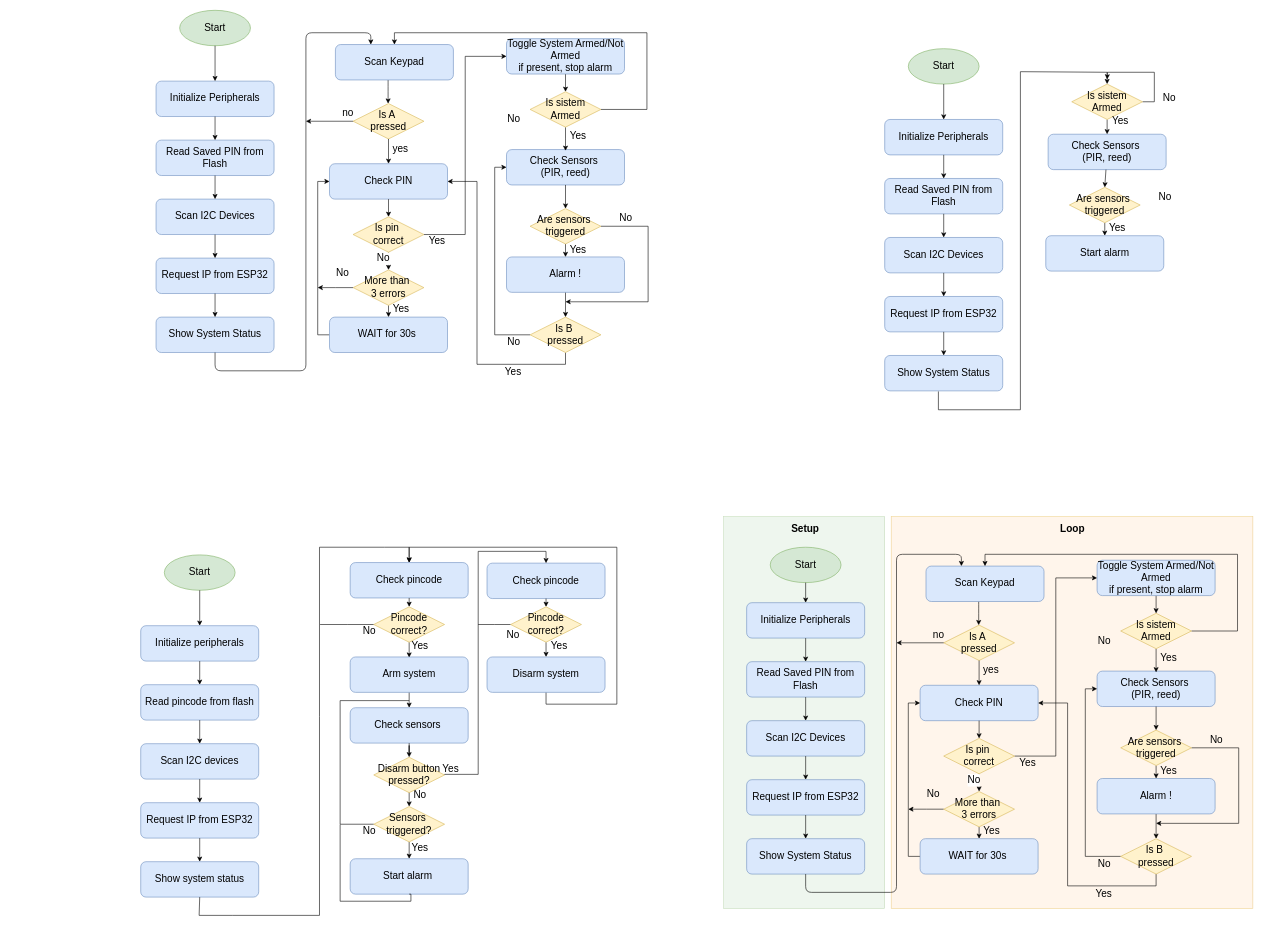
castagnoemanuele/STM32-smart-alarm keeps this draw.io diagram as Assets/flowchart.drawio. Above is the earlier version. Source tidied: cells renumbered, new cells numbered last; positions are measured from the earlier drawing's top-left corner, leaving out a move shared by most shapes. Both pictures are drawn from the tidied source at 59%, with x=0, y=0 at pixel (140, 10).
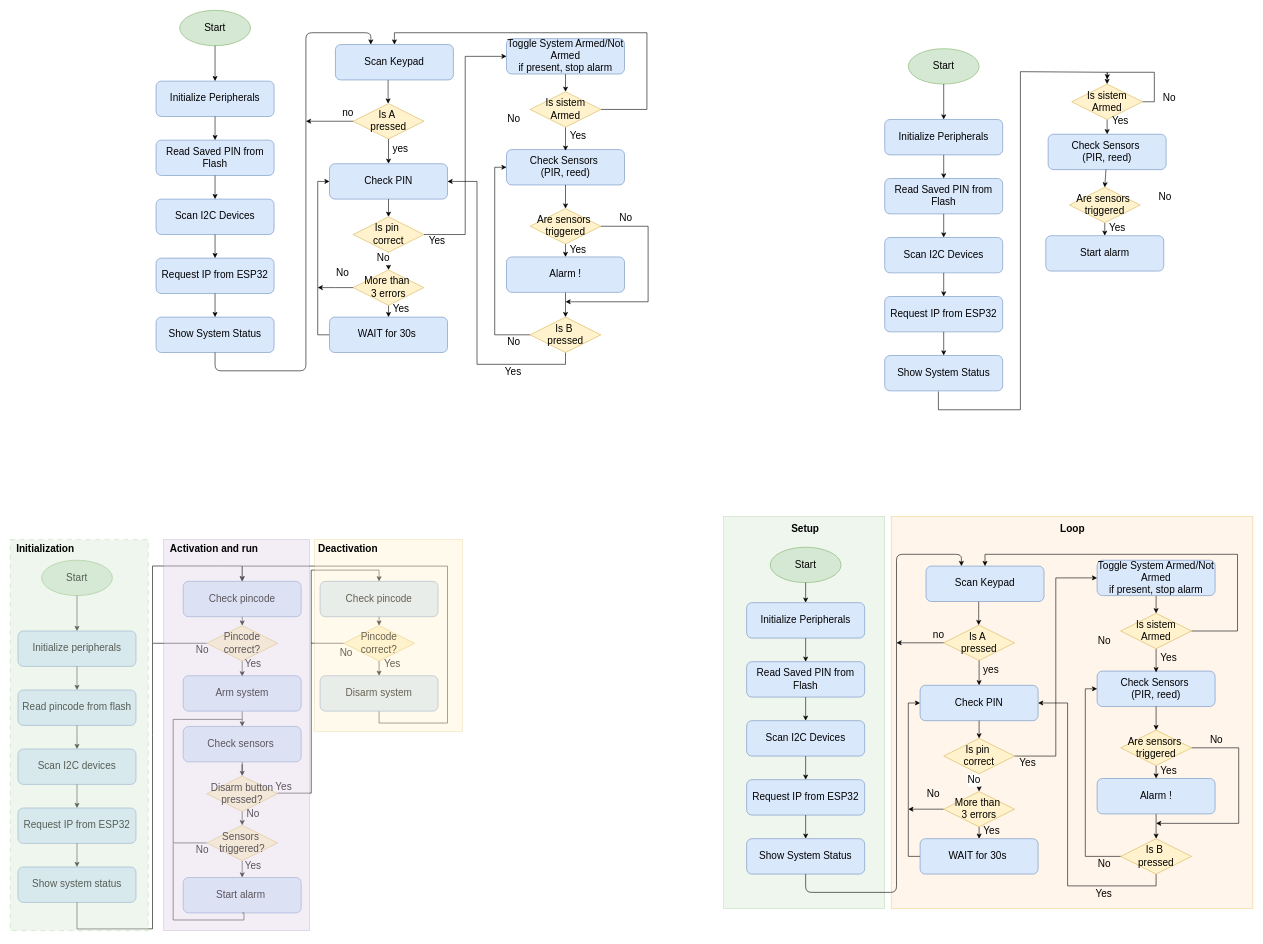
The same diagram, later.

What changed in the source:
```diff
@@
     <mxCell id="56" value="Start" style="ellipse;whiteSpace=wrap;html=1;fillColor=#d5e8d4;strokeColor=#82b366;fontSize=17;" parent="1" vertex="1">
-      <mxGeometry x="40" y="923" width="120" height="60" as="geometry" />
+      <mxGeometry x="-168" y="932" width="120" height="60" as="geometry" />
     </mxCell>
     <mxCell id="57" value="Initialize peripherals" style="rounded=1;whiteSpace=wrap;html=1;fillColor=#dae8fc;strokeColor=#6c8ebf;fontSize=17;" parent="1" vertex="1">
-      <mxGeometry y="1043" width="200" height="60" as="geometry" />
+      <mxGeometry x="-208" y="1052" width="200" height="60" as="geometry" />
     </mxCell>
     <mxCell id="58" value="Read pincode from flash" style="rounded=1;whiteSpace=wrap;html=1;fillColor=#dae8fc;strokeColor=#6c8ebf;fontSize=17;" parent="1" vertex="1">
-      <mxGeometry y="1143" width="200" height="60" as="geometry" />
+      <mxGeometry x="-208" y="1152" width="200" height="60" as="geometry" />
     </mxCell>
     <mxCell id="59" value="Scan I2C devices" style="rounded=1;whiteSpace=wrap;html=1;fillColor=#dae8fc;strokeColor=#6c8ebf;fontSize=17;" parent="1" vertex="1">
-      <mxGeometry y="1243" width="200" height="60" as="geometry" />
+      <mxGeometry x="-208" y="1252" width="200" height="60" as="geometry" />
     </mxCell>
     <mxCell id="60" value="Request IP from ESP32" style="rounded=1;whiteSpace=wrap;html=1;fillColor=#dae8fc;strokeColor=#6c8ebf;fontSize=17;" parent="1" vertex="1">
-      <mxGeometry y="1343" width="200" height="60" as="geometry" />
+      <mxGeometry x="-208" y="1352" width="200" height="60" as="geometry" />
     </mxCell>
     <mxCell id="61" value="Show system status" style="rounded=1;whiteSpace=wrap;html=1;fillColor=#dae8fc;strokeColor=#6c8ebf;fontSize=17;" parent="1" vertex="1">
-      <mxGeometry y="1443" width="200" height="60" as="geometry" />
+      <mxGeometry x="-208" y="1452" width="200" height="60" as="geometry" />
     </mxCell>
     <mxCell id="62" value="Check pincode" style="rounded=1;whiteSpace=wrap;html=1;fillColor=#dae8fc;strokeColor=#6c8ebf;fontSize=17;" parent="1" vertex="1">
-      <mxGeometry x="355" y="936" width="200" height="60" as="geometry" />
+      <mxGeometry x="72" y="967.8" width="200" height="60" as="geometry" />
     </mxCell>
     <mxCell id="63" style="edgeStyle=orthogonalEdgeStyle;rounded=0;jettySize=auto;html=1;exitX=0.5;exitY=1;exitDx=0;exitDy=0;fontSize=17;" parent="1" edge="1" source="123">
       <mxGeometry relative="1" as="geometry">
-        <mxPoint x="455" y="1305" as="targetPoint" />
+        <mxPoint x="172" y="1336.8" as="targetPoint" />
         <Array as="points">
-          <mxPoint x="455" y="1318" />
-          <mxPoint x="455" y="1318" />
+          <mxPoint x="172" y="1349.8" />
+          <mxPoint x="172" y="1349.8" />
         </Array>
       </mxGeometry>
     </mxCell>
     <mxCell id="64" value="Check sensors&amp;nbsp;" style="rounded=1;whiteSpace=wrap;html=1;fillColor=#dae8fc;strokeColor=#6c8ebf;fontSize=17;" parent="1" vertex="1">
-      <mxGeometry x="355" y="1182" width="200" height="60" as="geometry" />
+      <mxGeometry x="72" y="1213.8" width="200" height="60" as="geometry" />
     </mxCell>
     <mxCell id="65" value="Start alarm&amp;nbsp;" style="rounded=1;whiteSpace=wrap;html=1;fillColor=#dae8fc;strokeColor=#6c8ebf;fontSize=17;" parent="1" vertex="1">
-      <mxGeometry x="355" y="1438" width="200" height="60" as="geometry" />
+      <mxGeometry x="72" y="1469.8" width="200" height="60" as="geometry" />
     </mxCell>
@@
-    <mxCell id="71" style="exitX=0.5;exitY=1;exitDx=0;exitDy=0;fontSize=17;rounded=0;curved=0;entryX=0.5;entryY=0;entryDx=0;entryDy=0;" parent="1" edge="1" target="62">
+    <mxCell id="71" style="exitX=0.5;exitY=1;exitDx=0;exitDy=0;fontSize=17;rounded=0;curved=0;entryX=0.5;entryY=0;entryDx=0;entryDy=0;" parent="1" edge="1" source="61" target="62">
       <mxGeometry relative="1" as="geometry">
-        <mxPoint x="100" y="1503" as="sourcePoint" />
         <Array as="points">
-          <mxPoint x="99" y="1534" />
-          <mxPoint x="156" y="1534" />
-          <mxPoint x="303" y="1534" />
-          <mxPoint x="303" y="1197" />
-          <mxPoint x="303" y="910" />
-          <mxPoint x="413" y="910" />
-          <mxPoint x="455" y="910" />
+          <mxPoint x="-108" y="1557" />
+          <mxPoint x="20" y="1556.8" />
+          <mxPoint x="20" y="1228.8" />
+          <mxPoint x="20" y="941.8" />
+          <mxPoint x="130" y="941.8" />
+          <mxPoint x="172" y="941.8" />
         </Array>
       </mxGeometry>
     </mxCell>
@@
     <mxCell id="73" style="edgeStyle=orthogonalEdgeStyle;rounded=0;jettySize=auto;html=1;exitX=0.5;exitY=1;exitDx=0;exitDy=0;fontSize=17;" parent="1" edge="1" source="75">
       <mxGeometry relative="1" as="geometry">
-        <mxPoint x="455" y="1097" as="targetPoint" />
+        <mxPoint x="172" y="1128.8" as="targetPoint" />
       </mxGeometry>
     </mxCell>
     <mxCell id="74" style="edgeStyle=orthogonalEdgeStyle;rounded=0;jettySize=auto;html=1;exitX=0;exitY=0.5;exitDx=0;exitDy=0;fontSize=17;endArrow=none;endFill=0;" parent="1" edge="1" source="75">
       <mxGeometry relative="1" as="geometry">
-        <mxPoint x="304" y="1041" as="targetPoint" />
+        <mxPoint x="21" y="1072.8" as="targetPoint" />
       </mxGeometry>
     </mxCell>
     <mxCell id="75" value="Pincode&lt;div&gt;correct?&lt;/div&gt;" style="rhombus;whiteSpace=wrap;html=1;fillColor=#fff2cc;strokeColor=#d6b656;fontSize=17;" parent="1" vertex="1">
-      <mxGeometry x="395" y="1011" width="120" height="60" as="geometry" />
+      <mxGeometry x="112" y="1042.8" width="120" height="60" as="geometry" />
     </mxCell>
     <mxCell id="76" style="edgeStyle=orthogonalEdgeStyle;rounded=0;jettySize=auto;html=1;exitX=0.5;exitY=1;exitDx=0;exitDy=0;entryX=0.5;entryY=0;entryDx=0;entryDy=0;fontSize=17;" parent="1" edge="1" source="78">
       <mxGeometry relative="1" as="geometry">
-        <mxPoint x="455" y="1438" as="targetPoint" />
+        <mxPoint x="172" y="1469.8" as="targetPoint" />
       </mxGeometry>
     </mxCell>
     <mxCell id="77" style="edgeStyle=orthogonalEdgeStyle;rounded=0;jettySize=auto;html=1;exitX=0;exitY=0.5;exitDx=0;exitDy=0;endArrow=none;endFill=0;startArrow=none;startFill=0;fontSize=17;" parent="1" edge="1" source="78">
       <mxGeometry relative="1" as="geometry">
-        <mxPoint x="455" y="1170" as="targetPoint" />
+        <mxPoint x="172" y="1201.8" as="targetPoint" />
         <Array as="points">
-          <mxPoint x="338" y="1379" />
-          <mxPoint x="338" y="1170" />
+          <mxPoint x="55" y="1410.8" />
+          <mxPoint x="55" y="1201.8" />
         </Array>
       </mxGeometry>
     </mxCell>
     <mxCell id="78" value="Sensors&amp;nbsp;&lt;div&gt;triggered?&lt;/div&gt;" style="rhombus;whiteSpace=wrap;html=1;fillColor=#fff2cc;strokeColor=#d6b656;fontSize=17;" parent="1" vertex="1">
-      <mxGeometry x="395" y="1349.5" width="120" height="60" as="geometry" />
+      <mxGeometry x="112" y="1381.2" width="120" height="60" as="geometry" />
     </mxCell>
     <mxCell id="79" value="No" style="text;html=1;align=center;verticalAlign=middle;strokeColor=none;fillColor=none;fontSize=17;" parent="1" vertex="1">
-      <mxGeometry x="361" y="1033" width="52" height="39" as="geometry" />
+      <mxGeometry x="78" y="1064.8" width="52" height="39" as="geometry" />
     </mxCell>
     <mxCell id="80" style="edgeStyle=orthogonalEdgeStyle;rounded=0;jettySize=auto;html=1;exitX=0.5;exitY=1;exitDx=0;exitDy=0;fontSize=17;entryX=0.5;entryY=0;entryDx=0;entryDy=0;" parent="1" edge="1" target="64">
       <mxGeometry relative="1" as="geometry">
-        <mxPoint x="455" y="1156" as="sourcePoint" />
+        <mxPoint x="172" y="1187.8" as="sourcePoint" />
       </mxGeometry>
     </mxCell>
     <mxCell id="81" value="Yes" style="text;html=1;align=center;verticalAlign=middle;strokeColor=none;fillColor=none;fontSize=17;" parent="1" vertex="1">
-      <mxGeometry x="447" y="1400" width="52" height="39" as="geometry" />
+      <mxGeometry x="164" y="1431.8" width="52" height="39" as="geometry" />
     </mxCell>
     <mxCell id="82" value="No" style="text;html=1;align=center;verticalAlign=middle;strokeColor=none;fillColor=none;fontSize=17;" parent="1" vertex="1">
-      <mxGeometry x="605" y="1039" width="52" height="39" as="geometry" />
+      <mxGeometry x="322" y="1070.8" width="52" height="39" as="geometry" />
     </mxCell>
     <mxCell id="83" value="No" style="text;html=1;align=center;verticalAlign=middle;strokeColor=none;fillColor=none;fontSize=17;" parent="1" vertex="1">
-      <mxGeometry x="447" y="1311.5" width="52" height="39" as="geometry" />
+      <mxGeometry x="164" y="1343.2" width="52" height="39" as="geometry" />
     </mxCell>
     <mxCell id="84" value="Yes" style="text;html=1;align=center;verticalAlign=middle;strokeColor=none;fillColor=none;fontSize=17;" parent="1" vertex="1">
-      <mxGeometry x="499" y="1266" width="52" height="39" as="geometry" />
+      <mxGeometry x="216" y="1297.8" width="52" height="39" as="geometry" />
     </mxCell>
     <mxCell id="85" value="No" style="text;html=1;align=center;verticalAlign=middle;strokeColor=none;fillColor=none;fontSize=17;" parent="1" vertex="1">
-      <mxGeometry x="361" y="1371.5" width="52" height="39" as="geometry" />
+      <mxGeometry x="78" y="1403.2" width="52" height="39" as="geometry" />
     </mxCell>
     <mxCell id="86" value="&lt;font&gt;Yes&lt;/font&gt;" style="text;html=1;align=center;verticalAlign=middle;strokeColor=none;fillColor=none;fontSize=17;" parent="1" vertex="1">
-      <mxGeometry x="447" y="1058" width="52" height="39" as="geometry" />
+      <mxGeometry x="164" y="1089.8" width="52" height="39" as="geometry" />
     </mxCell>
     <mxCell id="87" value="Arm system" style="rounded=1;whiteSpace=wrap;html=1;fillColor=#dae8fc;strokeColor=#6c8ebf;fontSize=17;" parent="1" vertex="1">
-      <mxGeometry x="355" y="1096" width="200" height="60" as="geometry" />
+      <mxGeometry x="72" y="1127.8" width="200" height="60" as="geometry" />
     </mxCell>
@@
     <mxCell id="89" value="Check pincode" style="rounded=1;whiteSpace=wrap;html=1;fillColor=#dae8fc;strokeColor=#6c8ebf;fontSize=17;" parent="1" vertex="1">
-      <mxGeometry x="587" y="937" width="200" height="60" as="geometry" />
+      <mxGeometry x="304" y="967.8" width="200" height="60" as="geometry" />
     </mxCell>
@@
     <mxCell id="92" style="edgeStyle=orthogonalEdgeStyle;rounded=0;jettySize=auto;html=1;exitX=0;exitY=0.5;exitDx=0;exitDy=0;endArrow=none;endFill=0;" parent="1" edge="1" source="93">
       <mxGeometry relative="1" as="geometry">
-        <mxPoint x="572" y="1041" as="targetPoint" />
+        <mxPoint x="289" y="1072.7" as="targetPoint" />
       </mxGeometry>
     </mxCell>
     <mxCell id="93" value="Pincode&lt;div&gt;correct?&lt;/div&gt;" style="rhombus;whiteSpace=wrap;html=1;fillColor=#fff2cc;strokeColor=#d6b656;fontSize=17;" parent="1" vertex="1">
-      <mxGeometry x="627" y="1011" width="120" height="60" as="geometry" />
+      <mxGeometry x="344" y="1042.8" width="120" height="60" as="geometry" />
     </mxCell>
     <mxCell id="94" value="&lt;font&gt;Yes&lt;/font&gt;" style="text;html=1;align=center;verticalAlign=middle;strokeColor=none;fillColor=none;fontSize=17;" parent="1" vertex="1">
-      <mxGeometry x="683" y="1058" width="52" height="39" as="geometry" />
+      <mxGeometry x="400" y="1089.8" width="52" height="39" as="geometry" />
     </mxCell>
     <mxCell id="95" style="edgeStyle=orthogonalEdgeStyle;rounded=0;jettySize=auto;html=1;exitX=0.5;exitY=1;exitDx=0;exitDy=0;" parent="1" edge="1" source="96">
       <mxGeometry relative="1" as="geometry">
-        <mxPoint x="455" y="936" as="targetPoint" />
+        <mxPoint x="172" y="967.8" as="targetPoint" />
         <Array as="points">
-          <mxPoint x="687" y="1176" />
-          <mxPoint x="807" y="1176" />
-          <mxPoint x="807" y="910" />
-          <mxPoint x="455" y="910" />
+          <mxPoint x="404" y="1208" />
+          <mxPoint x="520" y="1208" />
+          <mxPoint x="520" y="942" />
+          <mxPoint x="172" y="942" />
         </Array>
       </mxGeometry>
     </mxCell>
     <mxCell id="96" value="Disarm system" style="rounded=1;whiteSpace=wrap;html=1;fillColor=#dae8fc;strokeColor=#6c8ebf;fontSize=17;" parent="1" vertex="1">
-      <mxGeometry x="587" y="1096" width="200" height="60" as="geometry" />
+      <mxGeometry x="304" y="1127.8" width="200" height="60" as="geometry" />
     </mxCell>
@@
     <mxCell id="122" style="edgeStyle=orthogonalEdgeStyle;rounded=0;jettySize=auto;html=1;exitX=1;exitY=0.5;exitDx=0;exitDy=0;entryX=0.5;entryY=0;entryDx=0;entryDy=0;" parent="1" edge="1" source="123" target="89">
       <mxGeometry relative="1" as="geometry">
         <Array as="points">
-          <mxPoint x="515" y="1295" />
-          <mxPoint x="572" y="1295" />
-          <mxPoint x="572" y="917" />
-          <mxPoint x="687" y="917" />
+          <mxPoint x="232" y="1326.8" />
+          <mxPoint x="289" y="1326.8" />
+          <mxPoint x="289" y="948.8" />
+          <mxPoint x="404" y="948.8" />
         </Array>
       </mxGeometry>
     </mxCell>
     <mxCell id="123" value="Disarm button pressed?" style="rhombus;whiteSpace=wrap;html=1;fillColor=#fff2cc;strokeColor=#d6b656;fontSize=17;" parent="1" vertex="1">
-      <mxGeometry x="395" y="1266" width="120" height="60" as="geometry" />
+      <mxGeometry x="112" y="1297.8" width="120" height="60" as="geometry" />
     </mxCell>
     <mxCell id="124" style="edgeStyle=orthogonalEdgeStyle;rounded=0;orthogonalLoop=1;jettySize=auto;html=1;exitX=0.5;exitY=1;exitDx=0;exitDy=0;fontSize=17;endArrow=none;endFill=0;" parent="1" edge="1">
       <mxGeometry relative="1" as="geometry">
-        <mxPoint x="455" y="1498" as="sourcePoint" />
-        <mxPoint x="338" y="1380" as="targetPoint" />
+        <mxPoint x="172" y="1529.8" as="sourcePoint" />
+        <mxPoint x="55" y="1411.8" as="targetPoint" />
         <Array as="points">
-          <mxPoint x="458" y="1498" />
-          <mxPoint x="458" y="1510" />
-          <mxPoint x="338" y="1510" />
+          <mxPoint x="175" y="1529.8" />
+          <mxPoint x="175" y="1541.8" />
+          <mxPoint x="55" y="1541.8" />
         </Array>
       </mxGeometry>
     </mxCell>
@@
+    <mxCell id="183" style="rounded=0;whiteSpace=wrap;html=1;fillColor=#d5e8d4;strokeColor=#82b366;opacity=40;fontSize=17;dashed=1;dashPattern=8 8;" parent="1" vertex="1">
+      <mxGeometry x="-221" y="897" width="234" height="663" as="geometry" />
+    </mxCell>
+    <mxCell id="184" style="rounded=0;whiteSpace=wrap;html=1;fillColor=#e1d5e7;strokeColor=#9673a6;opacity=40;fontSize=17;" parent="1" vertex="1">
+      <mxGeometry x="39" y="897" width="247" height="663" as="geometry" />
+    </mxCell>
+    <mxCell id="185" style="rounded=0;whiteSpace=wrap;html=1;fillColor=#fff2cc;strokeColor=#d6b656;opacity=40;fontSize=17;" parent="1" vertex="1">
+      <mxGeometry x="294.5" y="897" width="251" height="325" as="geometry" />
+    </mxCell>
+    <mxCell id="186" value="Initialization" style="text;html=1;align=center;verticalAlign=middle;strokeColor=none;fillColor=none;fontSize=17;fontStyle=1;" parent="1" vertex="1">
+      <mxGeometry x="-221" y="893" width="117" height="39" as="geometry" />
+    </mxCell>
+    <mxCell id="187" value="Activation and run" style="text;html=1;align=center;verticalAlign=middle;strokeColor=none;fillColor=none;fontSize=17;fontStyle=1;" parent="1" vertex="1">
+      <mxGeometry x="39" y="893" width="169" height="39" as="geometry" />
+    </mxCell>
+    <mxCell id="188" value="Deactivation" style="text;html=1;align=center;verticalAlign=middle;strokeColor=none;fillColor=none;fontSize=17;fontStyle=1;" parent="1" vertex="1">
+      <mxGeometry x="292.5" y="893" width="117" height="39" as="geometry" />
+    </mxCell>
```
